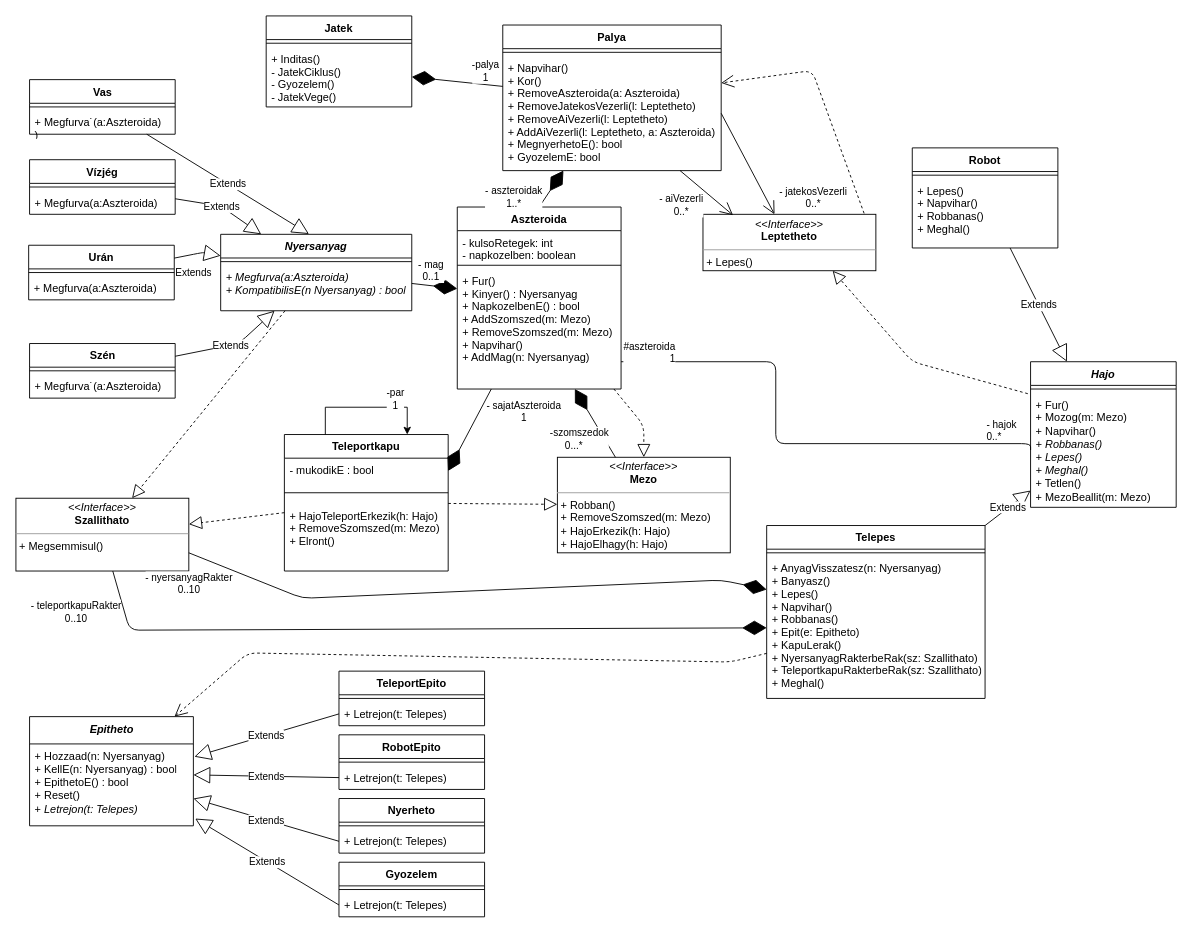
torpeBoiGo/aszteroidabanyaszat keeps this draw.io diagram as doc/uml/class.drawio. Above is the earlier version. Source tidied: cells renumbered, new cells numbered last; positions are measured from the earlier drawing's top-left corner, leaving out a move shared by most shapes. Both pictures are drawn from the tidied source at 91%, with x=0, y=0 at pixel (15, 15).
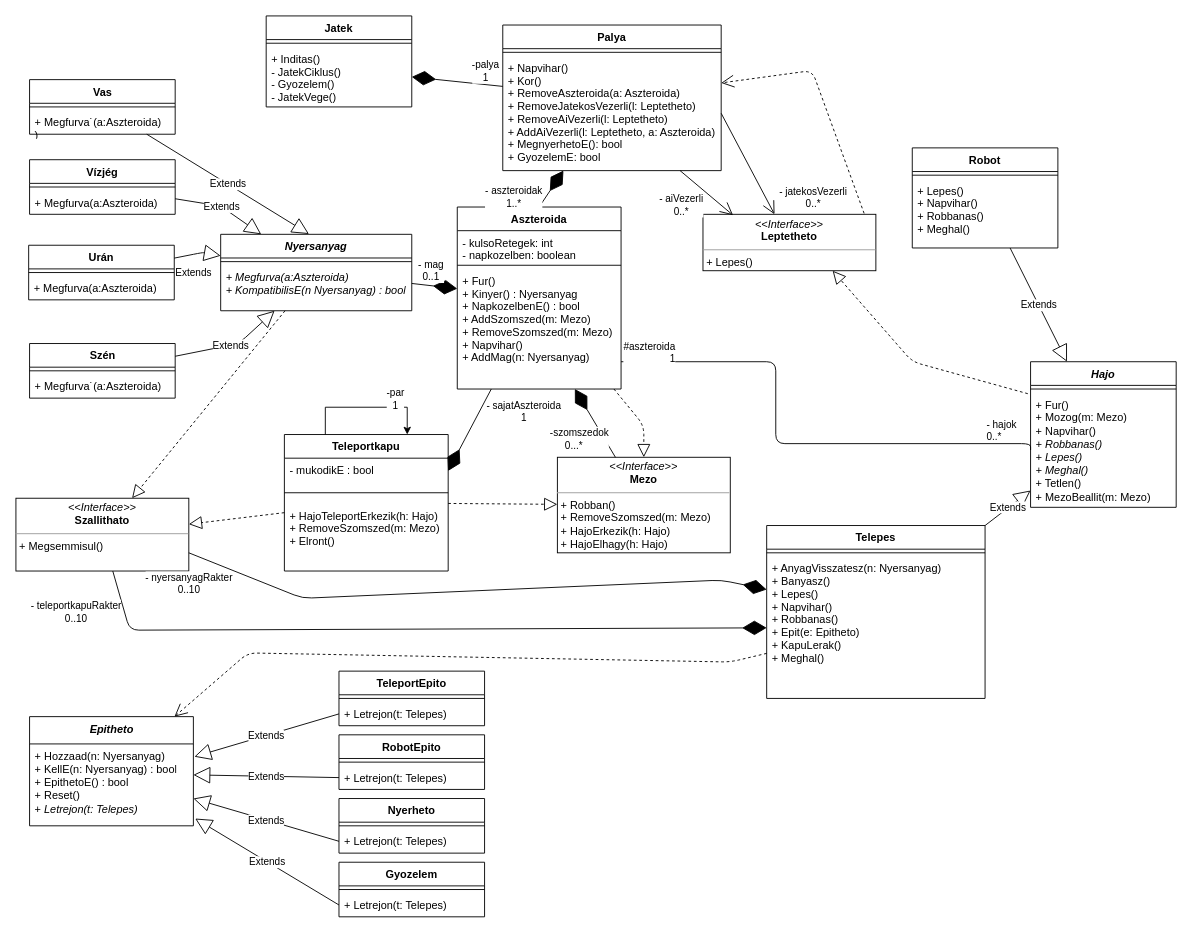
Above is the later version.

Commit message:
RakterbeRak() függvények kiszedve

Unchanged cells that the change refers to:
```xml
<mxCell id="16" value="Telepes" style="swimlane;fontStyle=1;align=center;verticalAlign=top;horizontal=1;startSize=26;" parent="1" vertex="1">
  <mxGeometry x="825" y="560" width="240" height="190" as="geometry" />
</mxCell>
```

Diff of the diagram source:
```diff
@@
-    <mxCell id="18" value="+ AnyagVisszatesz(n: Nyersanyag)&#10;+ Banyasz()&#10;+ Lepes()&#10;+ Napvihar()&#10;+ Robbanas()&#10;+ Epit(e: Epitheto)&#10;+ KapuLerak()&#10;+ NyersanyagRakterbeRak(sz: Szallithato)&#10;+ TeleportkapuRakterbeRak(sz: Szallithato)&#10;+ Meghal()" style="text;strokeColor=none;fillColor=none;align=left;verticalAlign=top;spacingLeft=4;spacingRight=4;overflow=hidden;points=[[0,0.5],[1,0.5]];portConstraint=eastwest;" parent="16" vertex="1">
+    <mxCell id="18" value="+ AnyagVisszatesz(n: Nyersanyag)&#10;+ Banyasz()&#10;+ Lepes()&#10;+ Napvihar()&#10;+ Robbanas()&#10;+ Epit(e: Epitheto)&#10;+ KapuLerak()&#10;+ Meghal()" style="text;strokeColor=none;fillColor=none;align=left;verticalAlign=top;spacingLeft=4;spacingRight=4;overflow=hidden;points=[[0,0.5],[1,0.5]];portConstraint=eastwest;" parent="16" vertex="1">
       <mxGeometry y="34" width="240" height="156" as="geometry" />
     </mxCell>
```
